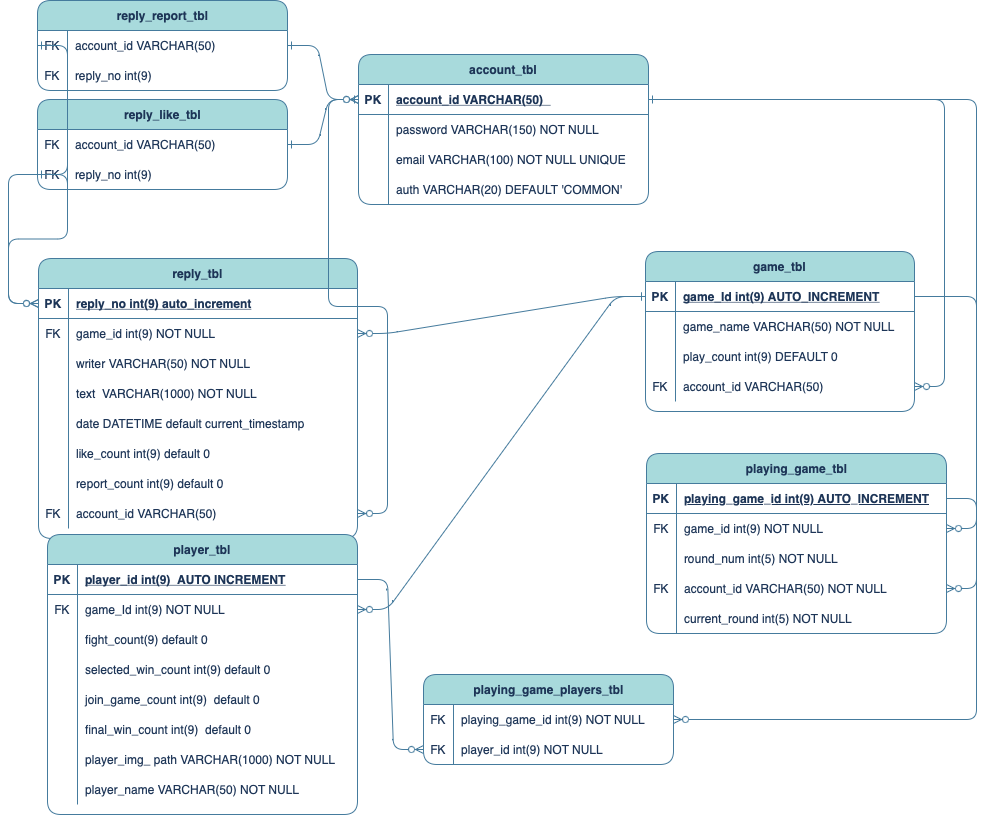
java-4th-team-project-2023/world-cup keeps this draw.io diagram as diagram/erd.png. Above is the earlier version. Source tidied: cells renumbered, new cells last; positions are measured from the earlier drawing's top-left corner, leaving out a move shared by most shapes.
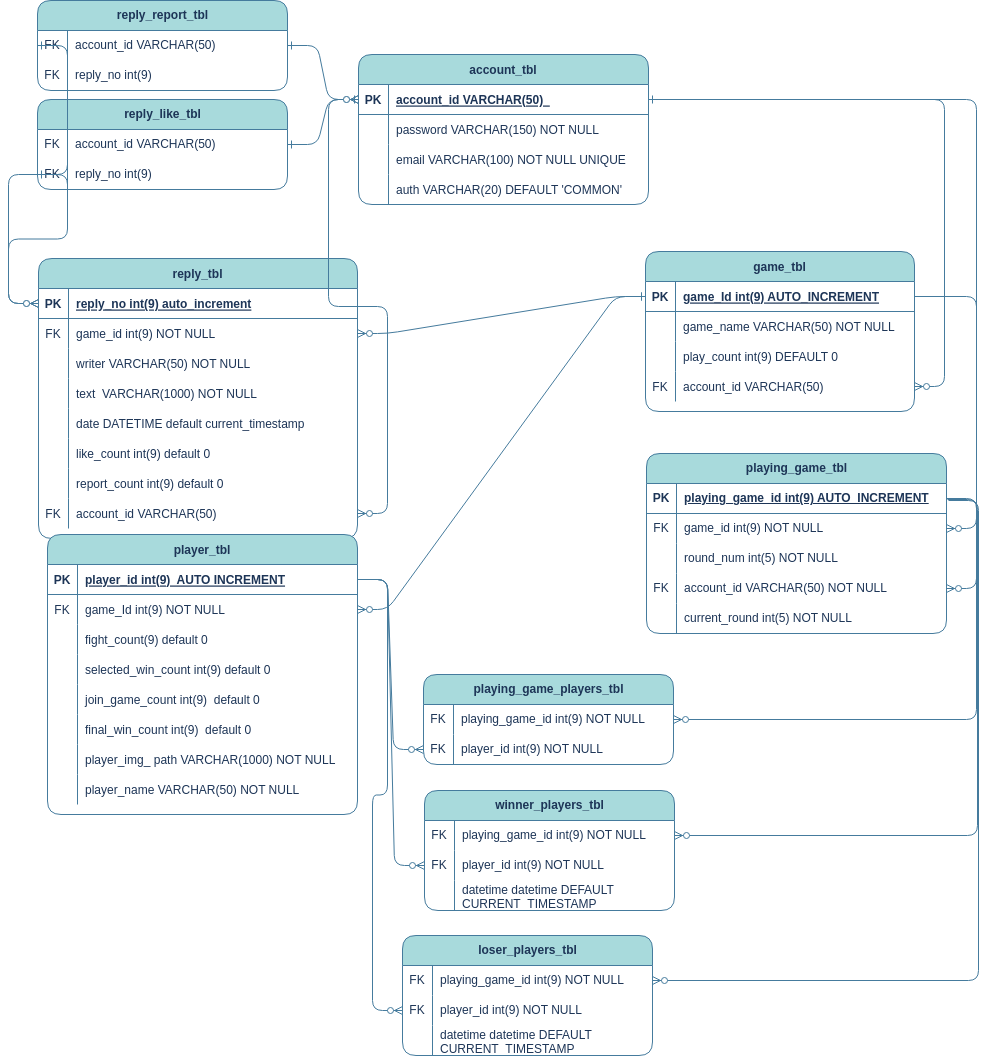
Later version of the same file.

Diff of the diagram source:
```diff
@@ -377,5 +377,81 @@
     <mxCell id="126" style="edgeStyle=entityRelationEdgeStyle;endArrow=ERzeroToMany;startArrow=ERone;endFill=1;startFill=0;exitX=0;exitY=0.5;exitDx=0;exitDy=0;rounded=1;labelBackgroundColor=none;strokeColor=#457B9D;fontColor=default;entryX=0;entryY=0.5;entryDx=0;entryDy=0;" parent="1" edge="1" source="119" target="16">
       <mxGeometry relative="1" as="geometry" />
     </mxCell>
+    <mxCell id="127" value="winner_players_tbl" style="shape=table;startSize=30;rowLines=0;fontStyle=1;align=center;html=1;rounded=1;labelBackgroundColor=none;fillColor=#A8DADC;strokeColor=#457B9D;fontColor=#1D3557;" parent="1" vertex="1">
+      <mxGeometry x="387" y="790" width="250" height="120" as="geometry" />
+    </mxCell>
+    <mxCell id="128" style="shape=tableRow;horizontal=0;startSize=0;swimlaneHead=0;swimlaneBody=0;fillColor=none;points=[[0,0.5],[1,0.5]];portConstraint=eastwest;top=0;left=0;right=0;bottom=0;rounded=1;labelBackgroundColor=none;strokeColor=#457B9D;fontColor=#1D3557;" parent="127" vertex="1">
+      <mxGeometry y="30" width="250" height="30" as="geometry" />
+    </mxCell>
+    <mxCell id="129" value="FK" style="shape=partialRectangle;fillColor=none;top=0;left=0;bottom=0;right=0;overflow=hidden;whiteSpace=wrap;html=1;rounded=1;labelBackgroundColor=none;strokeColor=#457B9D;fontColor=#1D3557;" parent="128" vertex="1">
+      <mxGeometry width="30" height="30" as="geometry" />
+    </mxCell>
+    <mxCell id="130" value="playing_game_id int(9) NOT NULL" style="shape=partialRectangle;fillColor=none;top=0;left=0;bottom=0;right=0;align=left;spacingLeft=6;overflow=hidden;whiteSpace=wrap;html=1;rounded=1;labelBackgroundColor=none;strokeColor=#457B9D;fontColor=#1D3557;" parent="128" vertex="1">
+      <mxGeometry x="30" width="220" height="30" as="geometry" />
+    </mxCell>
+    <mxCell id="131" style="shape=tableRow;horizontal=0;startSize=0;swimlaneHead=0;swimlaneBody=0;fillColor=none;points=[[0,0.5],[1,0.5]];portConstraint=eastwest;top=0;left=0;right=0;bottom=0;rounded=1;labelBackgroundColor=none;strokeColor=#457B9D;fontColor=#1D3557;" parent="127" vertex="1">
+      <mxGeometry y="60" width="250" height="30" as="geometry" />
+    </mxCell>
+    <mxCell id="132" value="FK" style="shape=partialRectangle;fillColor=none;top=0;left=0;bottom=0;right=0;overflow=hidden;whiteSpace=wrap;html=1;rounded=1;labelBackgroundColor=none;strokeColor=#457B9D;fontColor=#1D3557;" parent="131" vertex="1">
+      <mxGeometry width="30" height="30" as="geometry" />
+    </mxCell>
+    <mxCell id="133" value="player_id int(9) NOT NULL" style="shape=partialRectangle;fillColor=none;top=0;left=0;bottom=0;right=0;align=left;spacingLeft=6;overflow=hidden;whiteSpace=wrap;html=1;rounded=1;labelBackgroundColor=none;strokeColor=#457B9D;fontColor=#1D3557;" parent="131" vertex="1">
+      <mxGeometry x="30" width="220" height="30" as="geometry" />
+    </mxCell>
+    <mxCell id="134" style="shape=tableRow;horizontal=0;startSize=0;swimlaneHead=0;swimlaneBody=0;fillColor=none;top=0;left=0;right=0;bottom=0;rounded=1;labelBackgroundColor=none;strokeColor=#457B9D;fontColor=#1D3557;" parent="127" vertex="1">
+      <mxGeometry y="90" width="250" height="30" as="geometry" />
+    </mxCell>
+    <mxCell id="135" style="shape=partialRectangle;fillColor=none;top=0;left=0;bottom=0;right=0;overflow=hidden;whiteSpace=wrap;html=1;rounded=1;labelBackgroundColor=none;strokeColor=#457B9D;fontColor=#1D3557;" parent="134" vertex="1">
+      <mxGeometry width="30" height="30" as="geometry" />
+    </mxCell>
+    <mxCell id="136" value="datetime datetime DEFAULT CURRENT_TIMESTAMP" style="shape=partialRectangle;fillColor=none;top=0;left=0;bottom=0;right=0;align=left;spacingLeft=6;overflow=hidden;whiteSpace=wrap;html=1;rounded=1;labelBackgroundColor=none;strokeColor=#457B9D;fontColor=#1D3557;" parent="134" vertex="1">
+      <mxGeometry x="30" width="220" height="30" as="geometry" />
+    </mxCell>
+    <mxCell id="137" value="loser_players_tbl" style="shape=table;startSize=30;rowLines=0;fontStyle=1;align=center;html=1;rounded=1;labelBackgroundColor=none;fillColor=#A8DADC;strokeColor=#457B9D;fontColor=#1D3557;" parent="1" vertex="1">
+      <mxGeometry x="365" y="935" width="250" height="120" as="geometry" />
+    </mxCell>
+    <mxCell id="138" style="shape=tableRow;horizontal=0;startSize=0;swimlaneHead=0;swimlaneBody=0;fillColor=none;points=[[0,0.5],[1,0.5]];portConstraint=eastwest;top=0;left=0;right=0;bottom=0;rounded=1;labelBackgroundColor=none;strokeColor=#457B9D;fontColor=#1D3557;" parent="137" vertex="1">
+      <mxGeometry y="30" width="250" height="30" as="geometry" />
+    </mxCell>
+    <mxCell id="139" value="FK" style="shape=partialRectangle;fillColor=none;top=0;left=0;bottom=0;right=0;overflow=hidden;whiteSpace=wrap;html=1;rounded=1;labelBackgroundColor=none;strokeColor=#457B9D;fontColor=#1D3557;" parent="138" vertex="1">
+      <mxGeometry width="30" height="30" as="geometry" />
+    </mxCell>
+    <mxCell id="140" value="playing_game_id int(9) NOT NULL" style="shape=partialRectangle;fillColor=none;top=0;left=0;bottom=0;right=0;align=left;spacingLeft=6;overflow=hidden;whiteSpace=wrap;html=1;rounded=1;labelBackgroundColor=none;strokeColor=#457B9D;fontColor=#1D3557;" parent="138" vertex="1">
+      <mxGeometry x="30" width="220" height="30" as="geometry" />
+    </mxCell>
+    <mxCell id="141" style="shape=tableRow;horizontal=0;startSize=0;swimlaneHead=0;swimlaneBody=0;fillColor=none;points=[[0,0.5],[1,0.5]];portConstraint=eastwest;top=0;left=0;right=0;bottom=0;rounded=1;labelBackgroundColor=none;strokeColor=#457B9D;fontColor=#1D3557;" parent="137" vertex="1">
+      <mxGeometry y="60" width="250" height="30" as="geometry" />
+    </mxCell>
+    <mxCell id="142" value="FK" style="shape=partialRectangle;fillColor=none;top=0;left=0;bottom=0;right=0;overflow=hidden;whiteSpace=wrap;html=1;rounded=1;labelBackgroundColor=none;strokeColor=#457B9D;fontColor=#1D3557;" parent="141" vertex="1">
+      <mxGeometry width="30" height="30" as="geometry" />
+    </mxCell>
+    <mxCell id="143" value="player_id int(9) NOT NULL" style="shape=partialRectangle;fillColor=none;top=0;left=0;bottom=0;right=0;align=left;spacingLeft=6;overflow=hidden;whiteSpace=wrap;html=1;rounded=1;labelBackgroundColor=none;strokeColor=#457B9D;fontColor=#1D3557;" parent="141" vertex="1">
+      <mxGeometry x="30" width="220" height="30" as="geometry" />
+    </mxCell>
+    <mxCell id="144" style="shape=tableRow;horizontal=0;startSize=0;swimlaneHead=0;swimlaneBody=0;fillColor=none;top=0;left=0;right=0;bottom=0;rounded=1;labelBackgroundColor=none;strokeColor=#457B9D;fontColor=#1D3557;" parent="137" vertex="1">
+      <mxGeometry y="90" width="250" height="30" as="geometry" />
+    </mxCell>
+    <mxCell id="145" style="shape=partialRectangle;fillColor=none;top=0;left=0;bottom=0;right=0;overflow=hidden;whiteSpace=wrap;html=1;rounded=1;labelBackgroundColor=none;strokeColor=#457B9D;fontColor=#1D3557;" parent="144" vertex="1">
+      <mxGeometry width="30" height="30" as="geometry" />
+    </mxCell>
+    <mxCell id="146" value="datetime datetime DEFAULT CURRENT_TIMESTAMP" style="shape=partialRectangle;fillColor=none;top=0;left=0;bottom=0;right=0;align=left;spacingLeft=6;overflow=hidden;whiteSpace=wrap;html=1;rounded=1;labelBackgroundColor=none;strokeColor=#457B9D;fontColor=#1D3557;" parent="144" vertex="1">
+      <mxGeometry x="30" width="220" height="30" as="geometry" />
+    </mxCell>
+    <mxCell id="147" style="edgeStyle=entityRelationEdgeStyle;fontSize=12;html=1;endArrow=ERzeroToMany;endFill=1;rounded=1;labelBackgroundColor=none;strokeColor=#457B9D;fontColor=default;" parent="1" edge="1" source="41" target="141">
+      <mxGeometry relative="1" as="geometry" />
+    </mxCell>
+    <mxCell id="148" style="edgeStyle=entityRelationEdgeStyle;fontSize=12;html=1;endArrow=ERzeroToMany;endFill=1;rounded=1;labelBackgroundColor=none;strokeColor=#457B9D;fontColor=default;" parent="1" edge="1" source="41" target="131">
+      <mxGeometry relative="1" as="geometry" />
+    </mxCell>
+    <mxCell id="149" style="edgeStyle=entityRelationEdgeStyle;fontSize=12;html=1;endArrow=ERzeroToMany;endFill=1;rounded=1;labelBackgroundColor=none;strokeColor=#457B9D;fontColor=default;" parent="1" edge="1" target="128">
+      <mxGeometry relative="1" as="geometry">
+        <mxPoint x="910" y="499" as="sourcePoint" />
+      </mxGeometry>
+    </mxCell>
+    <mxCell id="150" style="edgeStyle=entityRelationEdgeStyle;fontSize=12;html=1;endArrow=ERzeroToMany;endFill=1;rounded=1;labelBackgroundColor=none;strokeColor=#457B9D;fontColor=default;" parent="1" edge="1" target="138">
+      <mxGeometry relative="1" as="geometry">
+        <mxPoint x="911" y="500" as="sourcePoint" />
+      </mxGeometry>
+    </mxCell>
   </root>
 </mxGraphModel>
```
